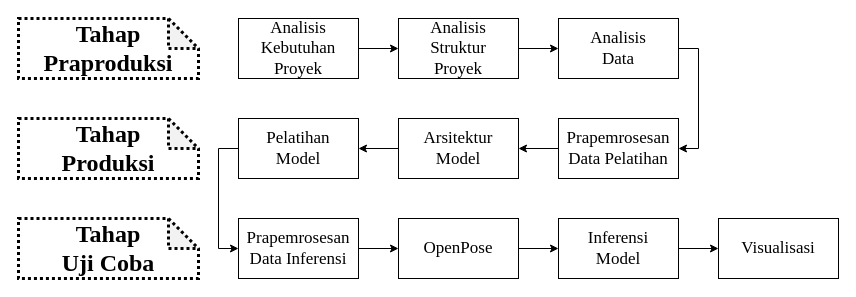
The draw.io diagram bab3/gambar/kerangka_penelitian.drawio in denilson020898/skripsi, before the edit. Source tidied: cells renumbered, new cells numbered last; positions are measured from the earlier drawing's top-left corner, leaving out a move shared by most shapes. Both pictures are drawn from the tidied source at 100%, with x=0, y=0 at pixel (18, 18).
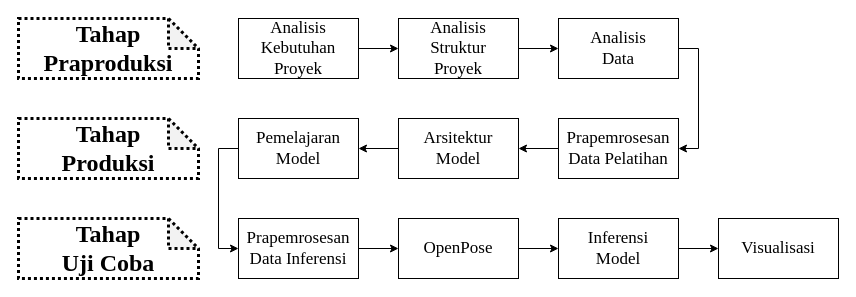
The same page after the edit.

Change to the diagram source:
```diff
@@
-    <mxCell id="13" value="&lt;div&gt;Pelatihan&lt;/div&gt;&lt;div&gt;Model&lt;/div&gt;" style="rounded=0;whiteSpace=wrap;html=1;fontFamily=Times New Roman;fontSize=17;fontStyle=0;" parent="1" vertex="1">
+    <mxCell id="13" value="&lt;div&gt;Pemelajaran&lt;/div&gt;&lt;div&gt;Model&lt;/div&gt;" style="rounded=0;whiteSpace=wrap;html=1;fontFamily=Times New Roman;fontSize=17;fontStyle=0;" parent="1" vertex="1">
       <mxGeometry x="220" y="100" width="120" height="60" as="geometry" />
     </mxCell>
```
